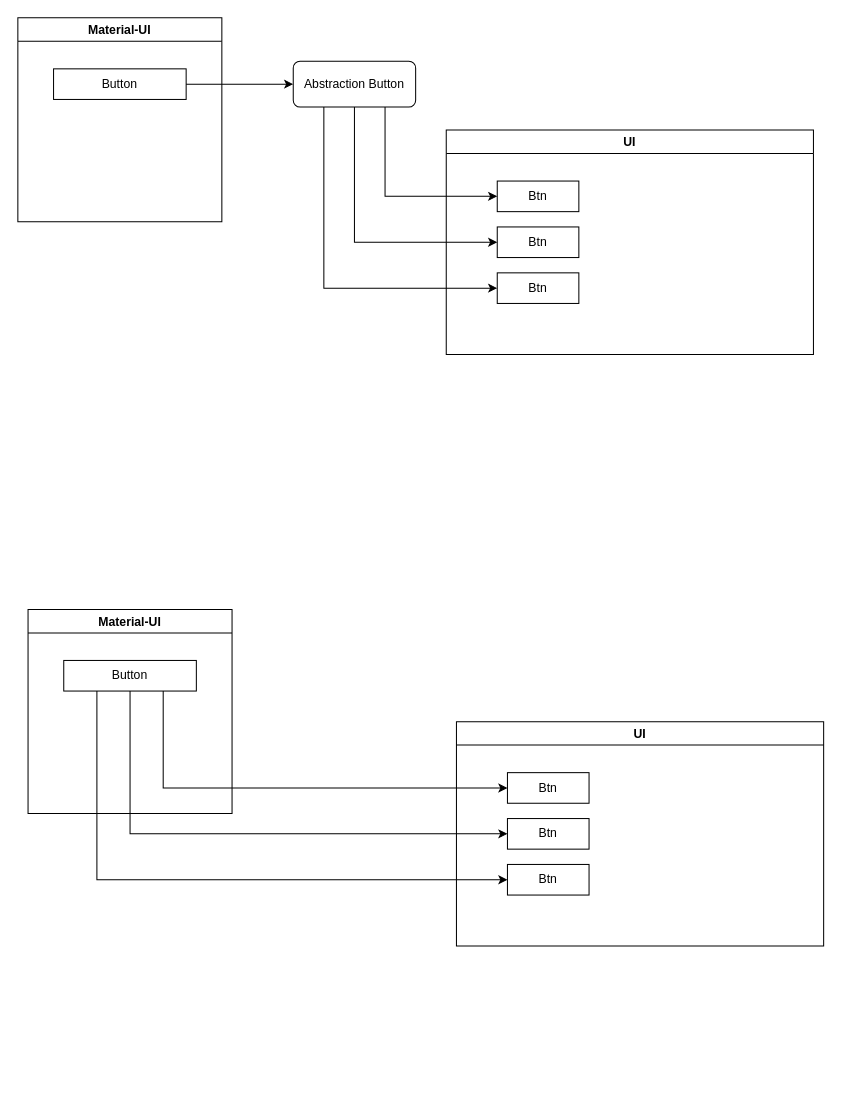
The draw.io diagram abstraction-example.drawio in joseantunes-celfinet/git-demo, before the edit. Source tidied: cells renumbered, new cells numbered last; positions are measured from the earlier drawing's top-left corner, leaving out a move shared by most shapes. Both pictures are drawn from the tidied source at 102%, with x=0, y=0 at pixel (17, 17).
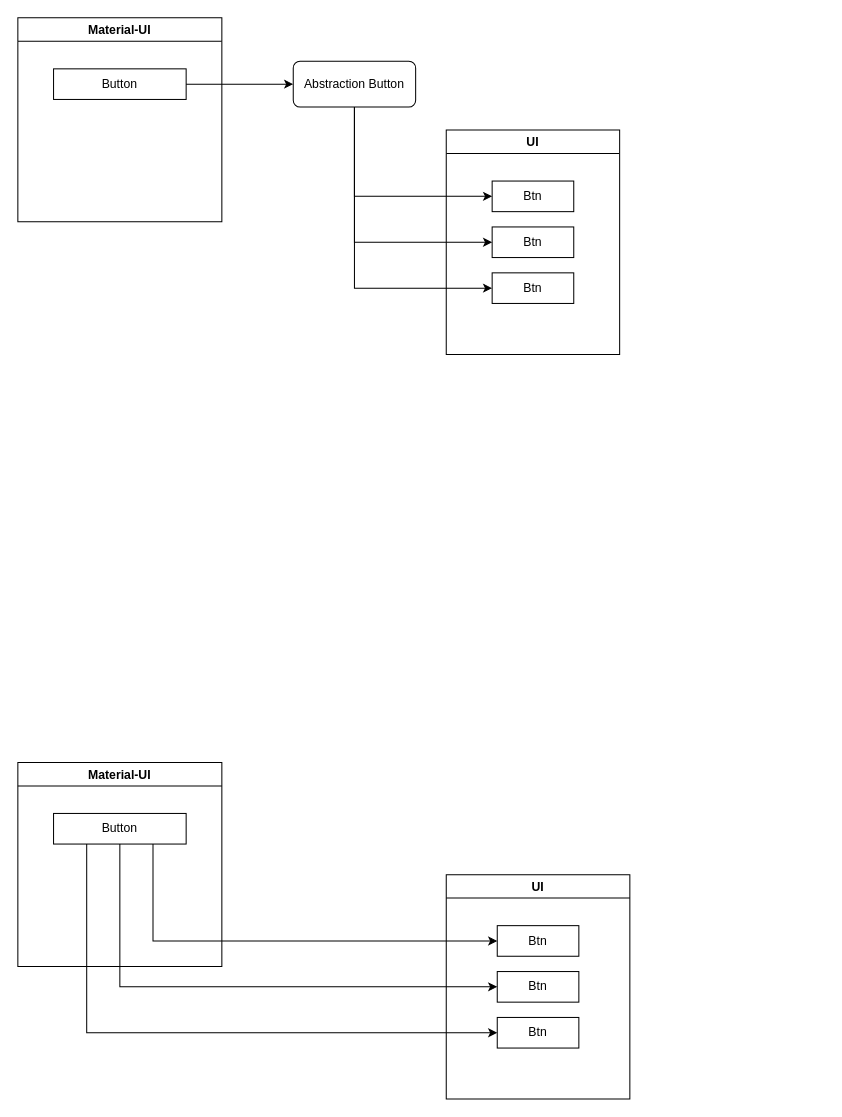
After the change.

Unchanged cells that the change refers to:
```xml
<mxCell id="13" value="Abstraction Button" style="rounded=1;whiteSpace=wrap;html=1;" parent="1" vertex="1">
  <mxGeometry x="270" y="42.5" width="120" height="45" as="geometry" />
</mxCell>
<mxCell id="18" value="Btn" style="rounded=0;whiteSpace=wrap;html=1;" parent="15" vertex="1">
  <mxGeometry x="50" y="95" width="80" height="30" as="geometry" />
</mxCell>
```

What changed in the source:
```diff
@@
     <mxCell id="2" value="UI" style="swimlane;" parent="1" vertex="1">
-      <mxGeometry x="420" y="110" width="360" height="220" as="geometry" />
+      <mxGeometry x="420" y="110" width="170" height="220" as="geometry" />
     </mxCell>
     <mxCell id="3" value="Btn" style="rounded=0;whiteSpace=wrap;html=1;" parent="2" vertex="1">
-      <mxGeometry x="50" y="50" width="80" height="30" as="geometry" />
+      <mxGeometry x="45" y="50" width="80" height="30" as="geometry" />
     </mxCell>
@@
     <mxCell id="5" value="Btn" style="rounded=0;whiteSpace=wrap;html=1;" parent="2" vertex="1">
-      <mxGeometry x="50" y="95" width="80" height="30" as="geometry" />
+      <mxGeometry x="45" y="95" width="80" height="30" as="geometry" />
     </mxCell>
     <mxCell id="6" value="Btn" style="rounded=0;whiteSpace=wrap;html=1;" parent="2" vertex="1">
-      <mxGeometry x="50" y="140" width="80" height="30" as="geometry" />
+      <mxGeometry x="45" y="140" width="80" height="30" as="geometry" />
     </mxCell>
@@
-    <mxCell id="10" style="edgeStyle=orthogonalEdgeStyle;rounded=0;jettySize=auto;html=1;exitX=0.25;exitY=1;exitDx=0;exitDy=0;entryX=0;entryY=0.5;entryDx=0;entryDy=0;" parent="1" edge="1" source="13" target="6">
+    <mxCell id="10" style="edgeStyle=orthogonalEdgeStyle;rounded=0;jettySize=auto;html=1;exitX=0.5;exitY=1;exitDx=0;exitDy=0;entryX=0;entryY=0.5;entryDx=0;entryDy=0;" parent="1" edge="1" source="13" target="6">
       <mxGeometry relative="1" as="geometry" />
     </mxCell>
-    <mxCell id="11" style="edgeStyle=orthogonalEdgeStyle;rounded=0;jettySize=auto;html=1;exitX=0.75;exitY=1;exitDx=0;exitDy=0;entryX=0;entryY=0.5;entryDx=0;entryDy=0;" parent="1" edge="1" source="13" target="3">
+    <mxCell id="11" style="edgeStyle=orthogonalEdgeStyle;rounded=0;jettySize=auto;html=1;exitX=0.5;exitY=1;exitDx=0;exitDy=0;entryX=0;entryY=0.5;entryDx=0;entryDy=0;" parent="1" edge="1" source="13" target="3">
       <mxGeometry relative="1" as="geometry" />
     </mxCell>
@@
     <mxCell id="15" value="UI" style="swimlane;" parent="1" vertex="1">
-      <mxGeometry x="430" y="690" width="360" height="220" as="geometry" />
+      <mxGeometry x="420" y="840" width="180" height="220" as="geometry" />
     </mxCell>
@@
     <mxCell id="20" value="Material-UI" style="swimlane;" parent="1" vertex="1">
-      <mxGeometry x="10" y="580" width="200" height="200" as="geometry" />
+      <mxGeometry y="730" width="200" height="200" as="geometry" />
     </mxCell>
@@
     <mxCell id="23" style="edgeStyle=orthogonalEdgeStyle;rounded=0;jettySize=auto;html=1;entryX=0;entryY=0.5;entryDx=0;entryDy=0;" parent="1" edge="1" target="18">
       <mxGeometry relative="1" as="geometry">
-        <mxPoint x="110" y="660" as="sourcePoint" />
+        <mxPoint x="100" y="810" as="sourcePoint" />
         <Array as="points">
-          <mxPoint x="110" y="660" />
-          <mxPoint x="110" y="800" />
+          <mxPoint x="100" y="810" />
+          <mxPoint x="100" y="950" />
         </Array>
       </mxGeometry>
     </mxCell>
```
